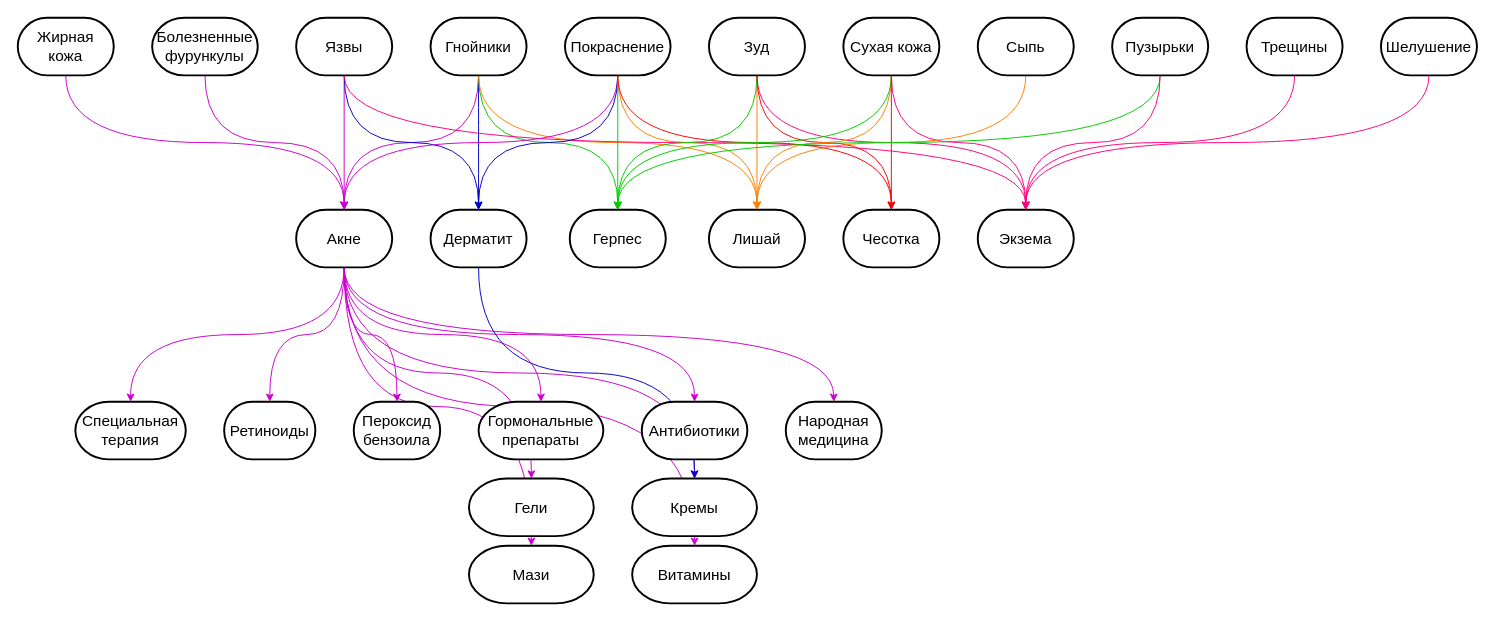
Before: DZ2.drawio in DMfananddu/DSM, a draw.io diagram. Source tidied: cells renumbered, new cells numbered last; positions are measured from the earlier drawing's top-left corner, leaving out a move shared by most shapes. Both pictures are drawn from the tidied source at 96%, with x=0, y=0 at pixel (17, 17).
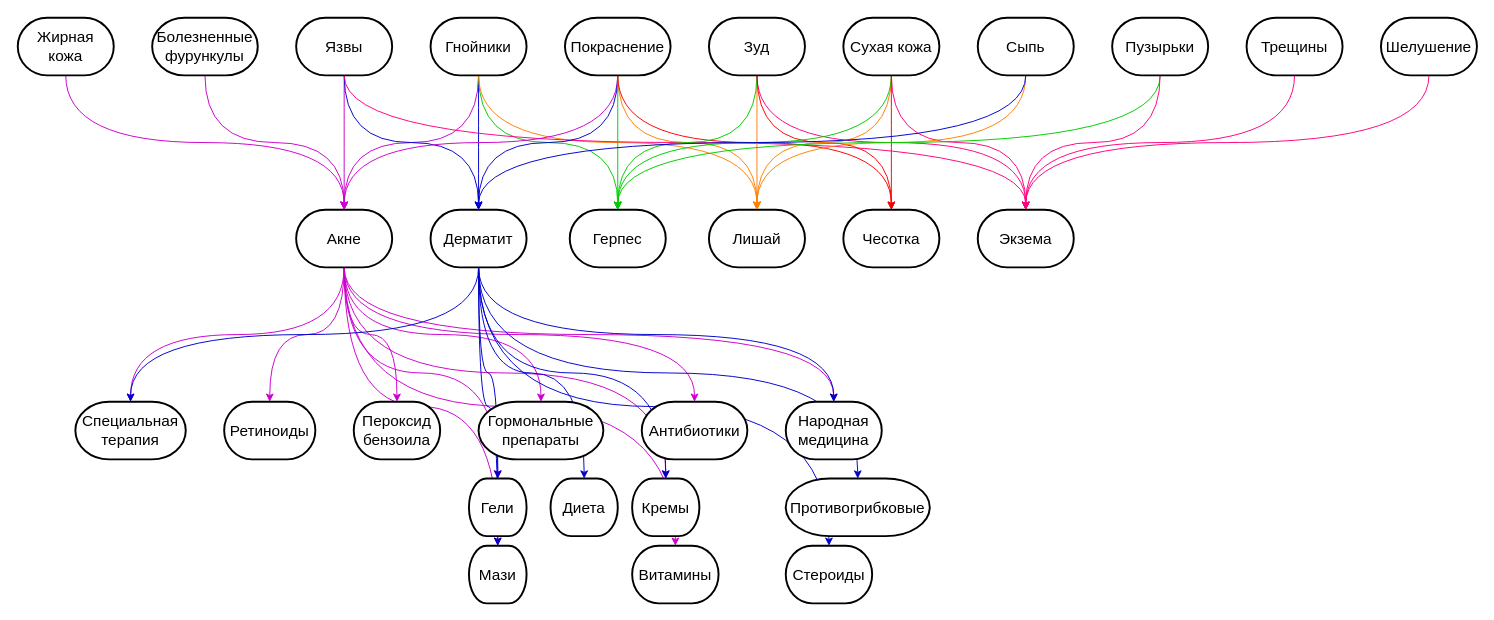
The same page after the edit.

The change refers to these unchanged cells:
```xml
<mxCell id="15" value="Дерматит" style="strokeWidth=2;html=1;shape=mxgraph.flowchart.terminator;whiteSpace=wrap;fontSize=16;" parent="1" vertex="1">
  <mxGeometry x="430" y="200" width="100" height="60" as="geometry" />
</mxCell>
<mxCell id="48" value="Сыпь" style="strokeWidth=2;html=1;shape=mxgraph.flowchart.terminator;whiteSpace=wrap;fontSize=16;" parent="1" vertex="1">
  <mxGeometry x="1000" width="100" height="60" as="geometry" />
</mxCell>
<mxCell id="57" value="Народная медицина" style="strokeWidth=2;html=1;shape=mxgraph.flowchart.terminator;whiteSpace=wrap;fontSize=16;" parent="1" vertex="1">
  <mxGeometry x="800" y="400" width="100" height="60" as="geometry" />
</mxCell>
<mxCell id="61" value="Специальная терапия" style="strokeWidth=2;html=1;shape=mxgraph.flowchart.terminator;whiteSpace=wrap;fontSize=16;" parent="1" vertex="1">
  <mxGeometry x="60" y="400" width="115" height="60" as="geometry" />
</mxCell>
```

What changed in the source:
```diff
@@
+    <mxCell id="67" style="edgeStyle=orthogonalEdgeStyle;curved=1;rounded=0;jettySize=auto;html=1;exitX=0.5;exitY=1;exitDx=0;exitDy=0;exitPerimeter=0;entryX=0.5;entryY=0;entryDx=0;entryDy=0;entryPerimeter=0;strokeColor=#0000CC;" parent="1" edge="1" source="15" target="57">
+      <mxGeometry relative="1" as="geometry" />
+    </mxCell>
+    <mxCell id="68" style="edgeStyle=orthogonalEdgeStyle;curved=1;rounded=0;jettySize=auto;html=1;exitX=0.5;exitY=1;exitDx=0;exitDy=0;exitPerimeter=0;entryX=0.5;entryY=0;entryDx=0;entryDy=0;entryPerimeter=0;strokeColor=#0000CC;" parent="1" edge="1" source="15" target="63">
+      <mxGeometry relative="1" as="geometry" />
+    </mxCell>
+    <mxCell id="69" style="edgeStyle=orthogonalEdgeStyle;curved=1;rounded=0;jettySize=auto;html=1;exitX=0.5;exitY=1;exitDx=0;exitDy=0;exitPerimeter=0;entryX=0.5;entryY=0;entryDx=0;entryDy=0;entryPerimeter=0;strokeColor=#0000CC;" parent="1" edge="1" source="15" target="61">
+      <mxGeometry relative="1" as="geometry" />
+    </mxCell>
+    <mxCell id="70" style="edgeStyle=orthogonalEdgeStyle;curved=1;rounded=0;jettySize=auto;html=1;exitX=0.5;exitY=1;exitDx=0;exitDy=0;exitPerimeter=0;entryX=0.5;entryY=0;entryDx=0;entryDy=0;entryPerimeter=0;strokeColor=#0000CC;" parent="1" edge="1" source="15" target="75">
+      <mxGeometry relative="1" as="geometry" />
+    </mxCell>
+    <mxCell id="71" style="edgeStyle=orthogonalEdgeStyle;curved=1;rounded=0;jettySize=auto;html=1;exitX=0.5;exitY=1;exitDx=0;exitDy=0;exitPerimeter=0;entryX=0.5;entryY=0;entryDx=0;entryDy=0;entryPerimeter=0;strokeColor=#0000CC;" parent="1" edge="1" source="15" target="76">
+      <mxGeometry relative="1" as="geometry" />
+    </mxCell>
+    <mxCell id="72" style="edgeStyle=orthogonalEdgeStyle;curved=1;rounded=0;jettySize=auto;html=1;exitX=0.5;exitY=1;exitDx=0;exitDy=0;exitPerimeter=0;entryX=0.5;entryY=0;entryDx=0;entryDy=0;entryPerimeter=0;strokeColor=#0000CC;" parent="1" edge="1" source="15" target="77">
+      <mxGeometry relative="1" as="geometry" />
+    </mxCell>
+    <mxCell id="73" style="edgeStyle=orthogonalEdgeStyle;curved=1;rounded=0;jettySize=auto;html=1;exitX=0.5;exitY=1;exitDx=0;exitDy=0;exitPerimeter=0;entryX=0.5;entryY=0;entryDx=0;entryDy=0;entryPerimeter=0;strokeColor=#0000CC;" parent="1" edge="1" source="15" target="64">
+      <mxGeometry relative="1" as="geometry" />
+    </mxCell>
@@
+    <mxCell id="74" style="edgeStyle=orthogonalEdgeStyle;curved=1;rounded=0;jettySize=auto;html=1;exitX=0.5;exitY=1;exitDx=0;exitDy=0;exitPerimeter=0;entryX=0.5;entryY=0;entryDx=0;entryDy=0;entryPerimeter=0;strokeColor=#0000CC;" parent="1" edge="1" source="48" target="15">
+      <mxGeometry relative="1" as="geometry" />
+    </mxCell>
@@
     <mxCell id="62" value="Кремы" style="strokeWidth=2;html=1;shape=mxgraph.flowchart.terminator;whiteSpace=wrap;fontSize=16;" parent="1" vertex="1">
-      <mxGeometry x="640" y="480" width="130" height="60" as="geometry" />
+      <mxGeometry x="640" y="480" width="70" height="60" as="geometry" />
     </mxCell>
     <mxCell id="63" value="Мази" style="strokeWidth=2;html=1;shape=mxgraph.flowchart.terminator;whiteSpace=wrap;fontSize=16;" parent="1" vertex="1">
-      <mxGeometry x="470" y="550" width="130" height="60" as="geometry" />
+      <mxGeometry x="470" y="550" width="60" height="60" as="geometry" />
     </mxCell>
     <mxCell id="64" value="Гели" style="strokeWidth=2;html=1;shape=mxgraph.flowchart.terminator;whiteSpace=wrap;fontSize=16;" parent="1" vertex="1">
-      <mxGeometry x="470" y="480" width="130" height="60" as="geometry" />
+      <mxGeometry x="470" y="480" width="60" height="60" as="geometry" />
     </mxCell>
     <mxCell id="65" value="Витамины" style="strokeWidth=2;html=1;shape=mxgraph.flowchart.terminator;whiteSpace=wrap;fontSize=16;" parent="1" vertex="1">
-      <mxGeometry x="640" y="550" width="130" height="60" as="geometry" />
+      <mxGeometry x="640" y="550" width="90" height="60" as="geometry" />
     </mxCell>
@@
+    <mxCell id="75" value="Противогрибковые" style="strokeWidth=2;html=1;shape=mxgraph.flowchart.terminator;whiteSpace=wrap;fontSize=16;" parent="1" vertex="1">
+      <mxGeometry x="800" y="480" width="150" height="60" as="geometry" />
+    </mxCell>
+    <mxCell id="76" value="Стероиды" style="strokeWidth=2;html=1;shape=mxgraph.flowchart.terminator;whiteSpace=wrap;fontSize=16;" parent="1" vertex="1">
+      <mxGeometry x="800" y="550" width="90" height="60" as="geometry" />
+    </mxCell>
+    <mxCell id="77" value="Диета" style="strokeWidth=2;html=1;shape=mxgraph.flowchart.terminator;whiteSpace=wrap;fontSize=16;" parent="1" vertex="1">
+      <mxGeometry x="555" y="480" width="70" height="60" as="geometry" />
+    </mxCell>
```
